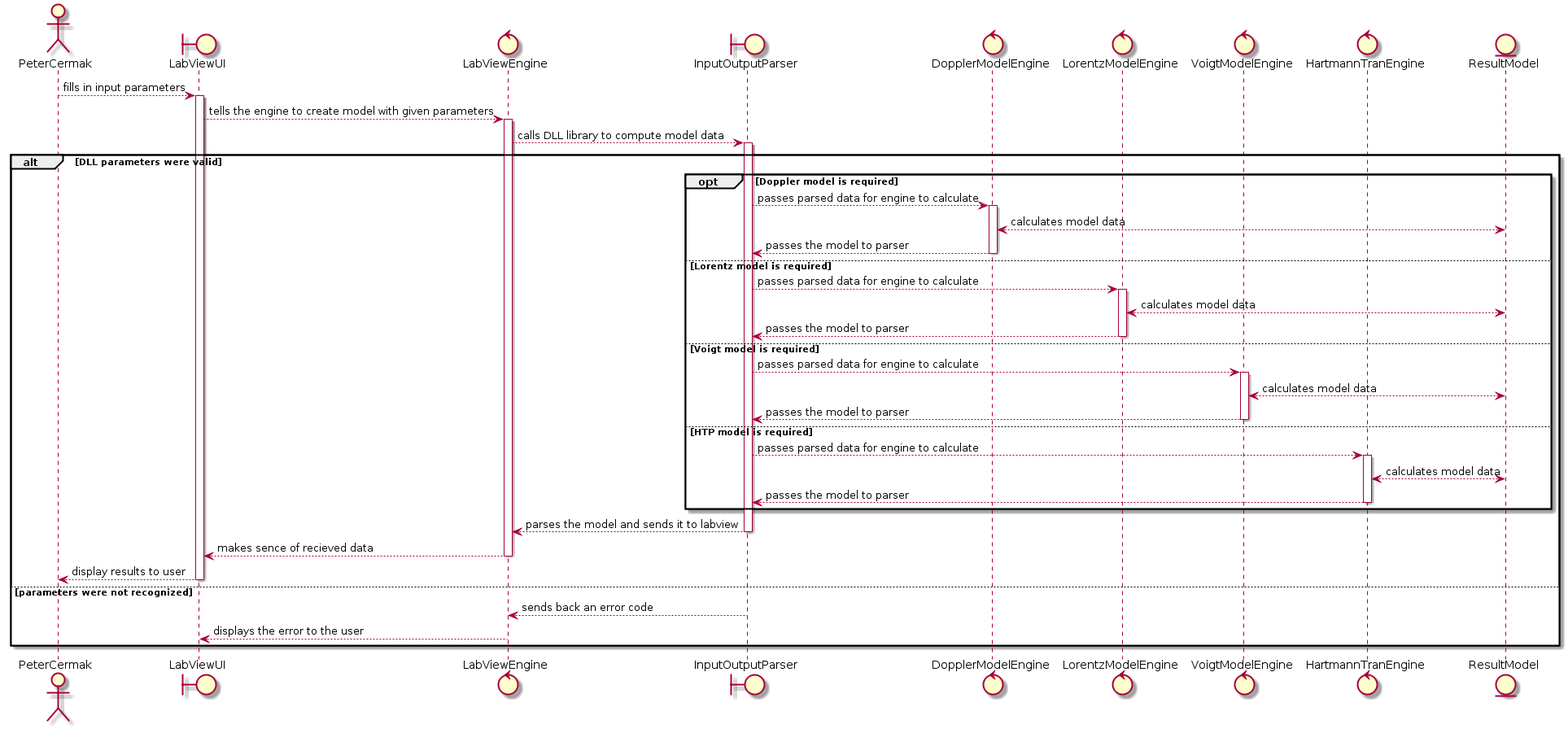
Earlier version of the PlantUML export docs/UMLs/main_sequence_diagram.png (TIS2016/Analyza-spektroskopickych-dat). Source of this version:
```plantuml
@startuml

actor PeterCermak as PC
boundary LabViewUI as LUI
control LabViewEngine as LVE
boundary InputOutputParser as IOP
control DopplerModelEngine as DOP
control LorentzModelEngine as LOR
control VoigtModelEngine as VOI
control HartmannTranEngine as HTP
entity ResultModel as RM


PC --> LUI: fills in input parameters
activate LUI

LUI --> LVE: tells the engine to create model with given parameters
activate LVE

LVE --> IOP: calls DLL library to compute model data
activate IOP

alt DLL parameters were valid

	opt Doppler model is required

		IOP --> DOP: passes parsed data for engine to calculate
		activate DOP

		DOP <--> RM: calculates model data

		IOP <-- DOP: passes the model to parser
		deactivate DOP

	else Lorentz model is required

		IOP --> LOR: passes parsed data for engine to calculate
		activate LOR

		LOR <--> RM: calculates model data

		IOP <-- LOR: passes the model to parser
		deactivate LOR

	else Voigt model is required

		IOP --> VOI: passes parsed data for engine to calculate
		activate VOI

		VOI <--> RM: calculates model data

		IOP <-- VOI: passes the model to parser
		deactivate VOI

	else HTP model is required

		IOP --> HTP: passes parsed data for engine to calculate
		activate HTP

		HTP <--> RM: calculates model data

		IOP <-- HTP: passes the model to parser
		deactivate HTP

	end

	LVE <-- IOP: parses the model and sends it to labview
	deactivate IOP

	LUI <-- LVE: makes sence of recieved data
	deactivate LVE

	PC <-- LUI: display results to user
	deactivate LUI
else parameters were not recognized
	IOP --> LVE: sends back an error code
	LVE --> LUI: displays the error to the user
end
@enduml
```
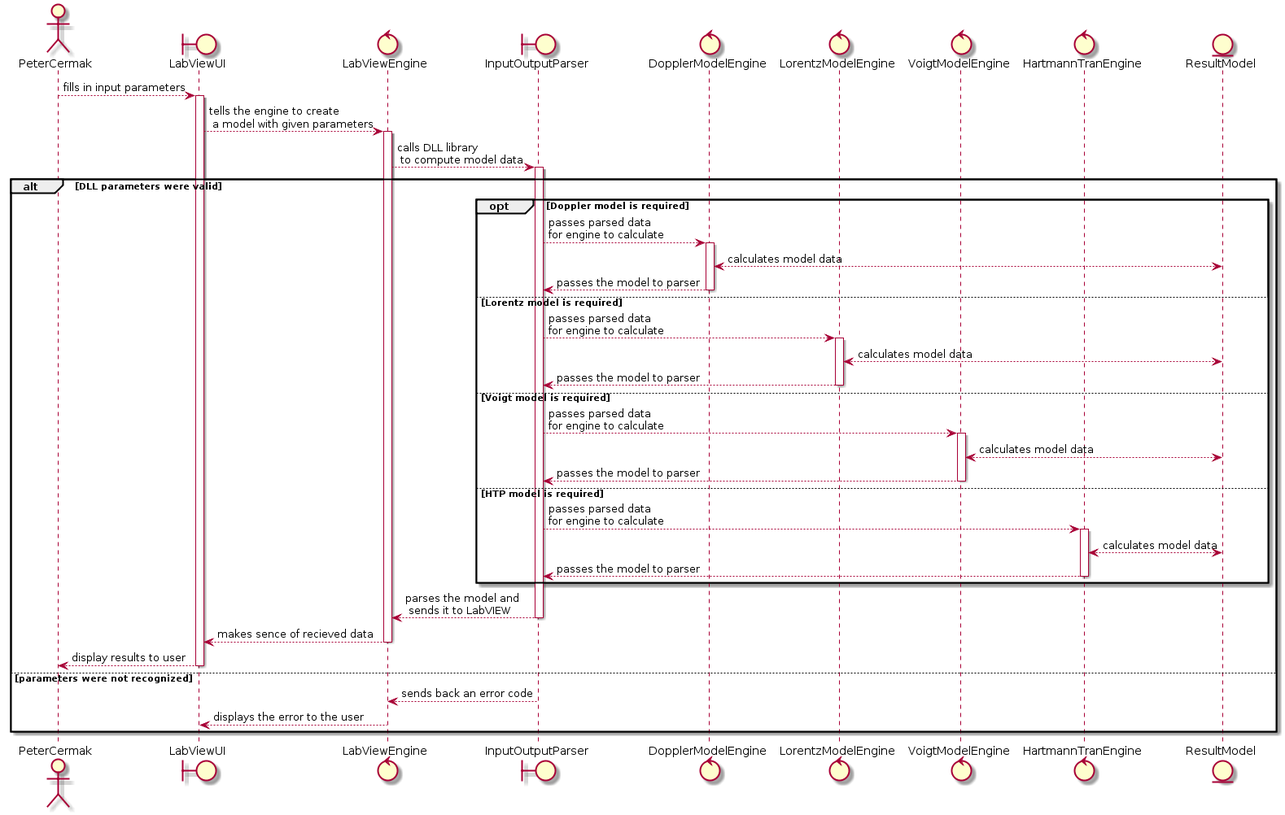
After the change.

Commit message:
[UMLs] format sequence diagram to fit to screen

What changed in the source:
```diff
@@ -14,17 +14,17 @@
 PC --> LUI: fills in input parameters
 activate LUI
 
-LUI --> LVE: tells the engine to create model with given parameters
+LUI --> LVE: tells the engine to create\n a model with given parameters
 activate LVE
 
-LVE --> IOP: calls DLL library to compute model data
+LVE --> IOP: calls DLL library\n to compute model data
 activate IOP
 
 alt DLL parameters were valid
 
 	opt Doppler model is required
 
-		IOP --> DOP: passes parsed data for engine to calculate
+		IOP --> DOP: passes parsed data \nfor engine to calculate
 		activate DOP
 
 		DOP <--> RM: calculates model data
@@ -34,7 +34,7 @@
 
 	else Lorentz model is required
 
-		IOP --> LOR: passes parsed data for engine to calculate
+		IOP --> LOR: passes parsed data \nfor engine to calculate
 		activate LOR
 
 		LOR <--> RM: calculates model data
@@ -44,7 +44,7 @@
 
 	else Voigt model is required
 
-		IOP --> VOI: passes parsed data for engine to calculate
+		IOP --> VOI: passes parsed data \nfor engine to calculate
 		activate VOI
 
 		VOI <--> RM: calculates model data
@@ -54,7 +54,7 @@
 
 	else HTP model is required
 
-		IOP --> HTP: passes parsed data for engine to calculate
+		IOP --> HTP: passes parsed data \nfor engine to calculate
 		activate HTP
 
 		HTP <--> RM: calculates model data
@@ -64,7 +64,7 @@
 
 	end
 
-	LVE <-- IOP: parses the model and sends it to labview
+	LVE <-- IOP: parses the model and\n sends it to LabVIEW
 	deactivate IOP
 
 	LUI <-- LVE: makes sence of recieved data
```
